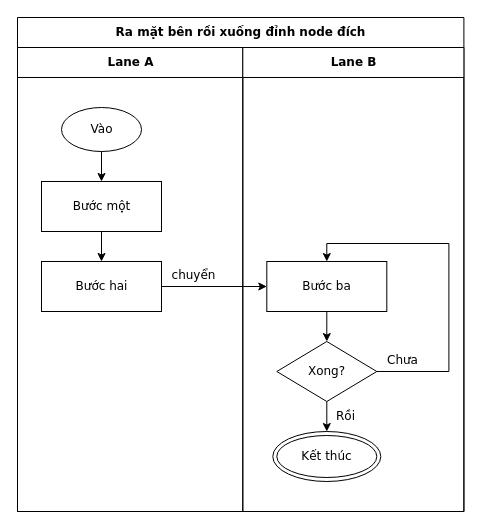
This is conformance/golden/optimize/cases-29-route-l-down.drawio from luytbq/flowcast, a draw.io file, before an edit. Source tidied: cells renumbered, new cells numbered last; positions are measured from the earlier drawing's top-left corner, leaving out a move shared by most shapes. Both pictures are drawn from the tidied source at 100%, with x=0, y=0 at pixel (17, 17).
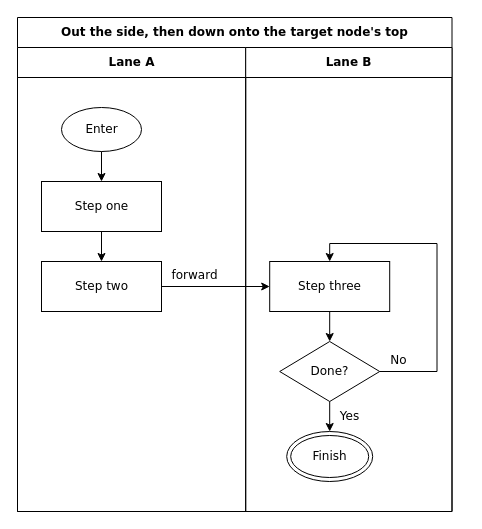
Above is the later version.

Diff of the diagram source:
```diff
@@
-    <mxCell id="2" value="Ra mặt bên rồi xuống đỉnh node đích" style="swimlane;html=1;startSize=30;fontStyle=1;fontFamily=Verdana;fontSize=12;flowtable=1;" parent="1" vertex="1">
-      <mxGeometry width="446.4" height="494" as="geometry" />
+    <mxCell id="2" value="Out the side, then down onto the target node's top" style="swimlane;html=1;startSize=30;fontStyle=1;fontFamily=Verdana;fontSize=12;flowtable=1;" parent="1" vertex="1">
+      <mxGeometry width="434.5" height="494" as="geometry" />
     </mxCell>
     <mxCell id="3" value="Lane A" style="swimlane;html=1;startSize=30;fontFamily=Verdana;fontSize=12;flowtable=1;" parent="2" vertex="1">
-      <mxGeometry y="30" width="225.3" height="464" as="geometry" />
+      <mxGeometry y="30" width="228.2" height="464" as="geometry" />
     </mxCell>
     <mxCell id="4" value="Lane B" style="swimlane;html=1;startSize=30;fontFamily=Verdana;fontSize=12;flowtable=1;" parent="2" vertex="1">
-      <mxGeometry x="225.3" y="30" width="221.1" height="464" as="geometry" />
+      <mxGeometry x="228.2" y="30" width="206.3" height="464" as="geometry" />
     </mxCell>
-    <mxCell id="5" value="Vào" style="ellipse;html=1;fontFamily=Verdana;fontSize=12;flowtable=1;" parent="3" vertex="1">
+    <mxCell id="5" value="Enter" style="ellipse;html=1;fontFamily=Verdana;fontSize=12;flowtable=1;" parent="3" vertex="1">
       <mxGeometry x="44" y="60" width="80" height="44" as="geometry" />
     </mxCell>
-    <mxCell id="6" value="Bước một" style="rounded=0;html=1;fontFamily=Verdana;fontSize=12;flowtable=1;" parent="3" vertex="1">
+    <mxCell id="6" value="Step one" style="rounded=0;html=1;fontFamily=Verdana;fontSize=12;flowtable=1;" parent="3" vertex="1">
       <mxGeometry x="24" y="134" width="120" height="50" as="geometry" />
     </mxCell>
-    <mxCell id="7" value="Bước hai" style="rounded=0;html=1;fontFamily=Verdana;fontSize=12;flowtable=1;" parent="3" vertex="1">
+    <mxCell id="7" value="Step two" style="rounded=0;html=1;fontFamily=Verdana;fontSize=12;flowtable=1;" parent="3" vertex="1">
       <mxGeometry x="24" y="214" width="120" height="50" as="geometry" />
     </mxCell>
-    <mxCell id="8" value="Bước ba" style="rounded=0;html=1;fontFamily=Verdana;fontSize=12;flowtable=1;" parent="4" vertex="1">
+    <mxCell id="8" value="Step three" style="rounded=0;html=1;fontFamily=Verdana;fontSize=12;flowtable=1;" parent="4" vertex="1">
       <mxGeometry x="24" y="214" width="120" height="50" as="geometry" />
     </mxCell>
-    <mxCell id="9" value="Xong?" style="rhombus;html=1;fontFamily=Verdana;fontSize=12;flowtable=1;" parent="4" vertex="1">
+    <mxCell id="9" value="Done?" style="rhombus;html=1;fontFamily=Verdana;fontSize=12;flowtable=1;" parent="4" vertex="1">
       <mxGeometry x="34" y="294" width="100" height="60" as="geometry" />
     </mxCell>
-    <mxCell id="10" value="Kết thúc" style="shape=doubleEllipse;html=1;fontFamily=Verdana;fontSize=12;flowtable=1;" parent="4" vertex="1">
-      <mxGeometry x="30" y="384" width="108" height="50" as="geometry" />
+    <mxCell id="10" value="Finish" style="shape=doubleEllipse;html=1;fontFamily=Verdana;fontSize=12;flowtable=1;" parent="4" vertex="1">
+      <mxGeometry x="41" y="384" width="86" height="50" as="geometry" />
     </mxCell>
@@
-    <mxCell id="13" value="chuyển" style="edgeStyle=orthogonalEdgeStyle;rounded=0;jettySize=auto;html=1;labelBackgroundColor=default;exitX=1;exitY=0.5;exitDx=0;exitDy=0;entryX=0;entryY=0.5;entryDx=0;entryDy=0;fontFamily=Verdana;fontSize=12;flowtable=1;" parent="2" edge="1" source="7" target="8">
-      <mxGeometry x="-0.4" relative="1" as="geometry">
+    <mxCell id="13" value="forward" style="edgeStyle=orthogonalEdgeStyle;rounded=0;jettySize=auto;html=1;labelBackgroundColor=default;exitX=1;exitY=0.5;exitDx=0;exitDy=0;entryX=0;entryY=0.5;entryDx=0;entryDy=0;fontFamily=Verdana;fontSize=12;flowtable=1;" parent="2" edge="1" source="7" target="8">
+      <mxGeometry x="-0.39" relative="1" as="geometry">
         <mxPoint y="-11.5" as="offset" />
       </mxGeometry>
     </mxCell>
@@
-    <mxCell id="15" value="Chưa" style="edgeStyle=orthogonalEdgeStyle;rounded=0;jettySize=auto;html=1;labelBackgroundColor=default;exitX=1;exitY=0.5;exitDx=0;exitDy=0;entryX=0.5;entryY=0;entryDx=0;entryDy=0;fontFamily=Verdana;fontSize=12;flowtable=1;" parent="2" edge="1" source="9" target="8">
-      <mxGeometry x="-0.85" relative="1" as="geometry">
+    <mxCell id="15" value="No" style="edgeStyle=orthogonalEdgeStyle;rounded=0;jettySize=auto;html=1;labelBackgroundColor=default;exitX=1;exitY=0.5;exitDx=0;exitDy=0;entryX=0.5;entryY=0;entryDx=0;entryDy=0;fontFamily=Verdana;fontSize=12;flowtable=1;" parent="2" edge="1" source="9" target="8">
+      <mxGeometry x="-0.88" relative="1" as="geometry">
         <Array as="points">
-          <mxPoint x="431.4" y="354" />
-          <mxPoint x="431.4" y="226" />
-          <mxPoint x="309.3" y="226" />
+          <mxPoint x="419.5" y="354" />
+          <mxPoint x="419.5" y="226" />
+          <mxPoint x="312.2" y="226" />
         </Array>
         <mxPoint y="-11.5" as="offset" />
       </mxGeometry>
     </mxCell>
-    <mxCell id="16" value="Rồi" style="edgeStyle=orthogonalEdgeStyle;rounded=0;jettySize=auto;html=1;labelBackgroundColor=default;exitX=0.5;exitY=1;exitDx=0;exitDy=0;entryX=0.5;entryY=0;entryDx=0;entryDy=0;fontFamily=Verdana;fontSize=12;flowtable=1;" parent="2" edge="1" source="9" target="10">
+    <mxCell id="16" value="Yes" style="edgeStyle=orthogonalEdgeStyle;rounded=0;jettySize=auto;html=1;labelBackgroundColor=default;exitX=0.5;exitY=1;exitDx=0;exitDy=0;entryX=0.5;entryY=0;entryDx=0;entryDy=0;fontFamily=Verdana;fontSize=12;flowtable=1;" parent="2" edge="1" source="9" target="10">
       <mxGeometry x="-0.03" relative="1" as="geometry">
-        <mxPoint x="18.5" as="offset" />
+        <mxPoint x="19.4" as="offset" />
       </mxGeometry>
     </mxCell>
```
